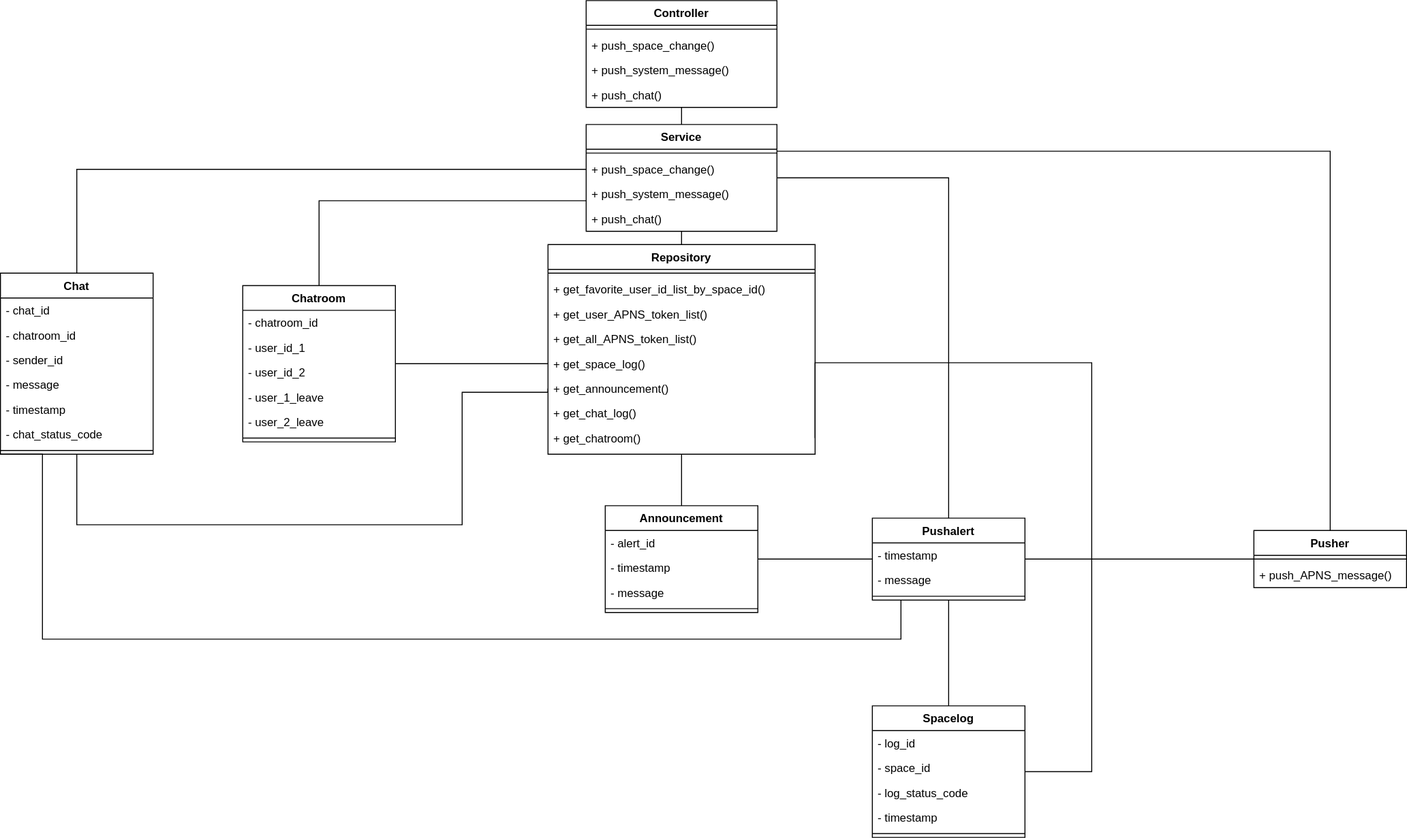
The draw.io diagram 클래스 다이어그램/push_server_class_diagram.svg in shlim0/2022_capstone1, before a commit. Source tidied: cells renumbered, new cells last; positions are measured from the earlier drawing's top-left corner, leaving out a move shared by most shapes. Source of this version:
```xml
<mxGraphModel>
  <root>
    <mxCell id="0" />
    <mxCell id="1" parent="0" />
    <mxCell id="2" style="rounded=0;jettySize=auto;html=1;entryX=0.5;entryY=0;entryDx=0;entryDy=0;endArrow=none;endFill=0;exitX=0.5;exitY=1;exitDx=0;exitDy=0;" parent="1" edge="1" source="9" target="16">
      <mxGeometry relative="1" as="geometry" />
    </mxCell>
    <mxCell id="3" value="Controller" style="swimlane;fontStyle=1;align=center;verticalAlign=top;horizontal=1;startSize=26;rounded=0;shadow=0;strokeWidth=1;" parent="1" vertex="1">
      <mxGeometry x="614" width="200" height="112" as="geometry" />
    </mxCell>
    <mxCell id="4" style="line;html=1;strokeWidth=1;align=left;verticalAlign=middle;spacingTop=-1;spacingLeft=3;spacingRight=3;labelPosition=right;" parent="3" vertex="1">
      <mxGeometry y="26" width="200" height="8" as="geometry" />
    </mxCell>
    <mxCell id="5" value="+ push_space_change()" style="text;align=left;verticalAlign=top;spacingLeft=4;spacingRight=4;overflow=hidden;" parent="3" vertex="1">
      <mxGeometry y="34" width="200" height="26" as="geometry" />
    </mxCell>
    <mxCell id="6" value="+ push_system_message()" style="text;align=left;verticalAlign=top;spacingLeft=4;spacingRight=4;overflow=hidden;" parent="3" vertex="1">
      <mxGeometry y="60" width="200" height="26" as="geometry" />
    </mxCell>
    <mxCell id="7" value="+ push_chat()" style="text;align=left;verticalAlign=top;spacingLeft=4;spacingRight=4;overflow=hidden;" parent="3" vertex="1">
      <mxGeometry y="86" width="200" height="26" as="geometry" />
    </mxCell>
    <mxCell id="8" style="edgeStyle=orthogonalEdgeStyle;rounded=0;jettySize=auto;html=1;exitX=1;exitY=0.25;exitDx=0;exitDy=0;entryX=0.5;entryY=0;entryDx=0;entryDy=0;endArrow=none;endFill=0;" parent="1" edge="1" source="9" target="45">
      <mxGeometry relative="1" as="geometry" />
    </mxCell>
    <mxCell id="9" value="Service" style="swimlane;fontStyle=1;align=center;verticalAlign=top;horizontal=1;startSize=26;rounded=0;shadow=0;strokeWidth=1;" parent="1" vertex="1">
      <mxGeometry x="614" y="130" width="200" height="112" as="geometry" />
    </mxCell>
    <mxCell id="10" style="line;html=1;strokeWidth=1;align=left;verticalAlign=middle;spacingTop=-1;spacingLeft=3;spacingRight=3;labelPosition=right;" parent="9" vertex="1">
      <mxGeometry y="26" width="200" height="8" as="geometry" />
    </mxCell>
    <mxCell id="11" value="+ push_space_change()" style="text;align=left;verticalAlign=top;spacingLeft=4;spacingRight=4;overflow=hidden;points=[[0,0.5],[1,0.5]];portConstraint=eastwest;" parent="9" vertex="1">
      <mxGeometry y="34" width="200" height="26" as="geometry" />
    </mxCell>
    <mxCell id="12" value="+ push_system_message()" style="text;align=left;verticalAlign=top;spacingLeft=4;spacingRight=4;overflow=hidden;" parent="9" vertex="1">
      <mxGeometry y="60" width="200" height="26" as="geometry" />
    </mxCell>
    <mxCell id="13" value="+ push_chat()" style="text;align=left;verticalAlign=top;spacingLeft=4;spacingRight=4;overflow=hidden;" parent="9" vertex="1">
      <mxGeometry y="86" width="200" height="26" as="geometry" />
    </mxCell>
    <mxCell id="14" style="endArrow=none;endSize=10;endFill=0;shadow=0;strokeWidth=1;rounded=0;elbow=vertical;" parent="1" edge="1" source="9" target="3">
      <mxGeometry relative="1" as="geometry" />
    </mxCell>
    <mxCell id="15" style="edgeStyle=orthogonalEdgeStyle;rounded=0;jettySize=auto;html=1;endArrow=none;endFill=0;" parent="1" edge="1" source="16" target="32">
      <mxGeometry relative="1" as="geometry" />
    </mxCell>
    <mxCell id="16" value="Repository" style="swimlane;fontStyle=1;align=center;verticalAlign=top;horizontal=1;startSize=26;rounded=0;shadow=0;strokeWidth=1;" parent="1" vertex="1">
      <mxGeometry x="574" y="256" width="280" height="220" as="geometry" />
    </mxCell>
    <mxCell id="17" style="line;html=1;strokeWidth=1;align=left;verticalAlign=middle;spacingTop=-1;spacingLeft=3;spacingRight=3;labelPosition=right;" parent="16" vertex="1">
      <mxGeometry y="26" width="280" height="8" as="geometry" />
    </mxCell>
    <mxCell id="18" value="+ get_favorite_user_id_list_by_space_id()" style="text;align=left;verticalAlign=top;spacingLeft=4;spacingRight=4;overflow=hidden;" parent="16" vertex="1">
      <mxGeometry y="34" width="280" height="26" as="geometry" />
    </mxCell>
    <mxCell id="19" value="+ get_user_APNS_token_list()" style="text;align=left;verticalAlign=top;spacingLeft=4;spacingRight=4;overflow=hidden;" parent="16" vertex="1">
      <mxGeometry y="60" width="280" height="26" as="geometry" />
    </mxCell>
    <mxCell id="20" value="+ get_all_APNS_token_list()" style="text;align=left;verticalAlign=top;spacingLeft=4;spacingRight=4;overflow=hidden;" parent="16" vertex="1">
      <mxGeometry y="86" width="280" height="26" as="geometry" />
    </mxCell>
    <mxCell id="21" value="+ get_space_log()" style="text;align=left;verticalAlign=top;spacingLeft=4;spacingRight=4;overflow=hidden;points=[[0,0.5],[1,0.5]];portConstraint=eastwest;" parent="16" vertex="1">
      <mxGeometry y="112" width="280" height="26" as="geometry" />
    </mxCell>
    <mxCell id="22" value="+ get_announcement()" style="text;align=left;verticalAlign=top;spacingLeft=4;spacingRight=4;overflow=hidden;points=[[0,0.5],[1,0.5]];portConstraint=eastwest;" parent="16" vertex="1">
      <mxGeometry y="138" width="280" height="26" as="geometry" />
    </mxCell>
    <mxCell id="23" value="+ get_chat_log()" style="text;align=left;verticalAlign=top;spacingLeft=4;spacingRight=4;overflow=hidden;" parent="16" vertex="1">
      <mxGeometry y="164" width="280" height="26" as="geometry" />
    </mxCell>
    <mxCell id="24" value="+ get_chatroom()" style="text;align=left;verticalAlign=top;spacingLeft=4;spacingRight=4;overflow=hidden;points=[[0,0.5],[1,0.5]];portConstraint=eastwest;" parent="16" vertex="1">
      <mxGeometry y="190" width="280" height="26" as="geometry" />
    </mxCell>
    <mxCell id="25" style="edgeStyle=orthogonalEdgeStyle;rounded=0;jettySize=auto;html=1;endArrow=none;endFill=0;" parent="1" edge="1" source="27" target="9">
      <mxGeometry relative="1" as="geometry">
        <Array as="points">
          <mxPoint x="994" y="186" />
        </Array>
      </mxGeometry>
    </mxCell>
    <mxCell id="26" style="rounded=0;jettySize=auto;html=1;entryX=0;entryY=0.5;entryDx=0;entryDy=0;endArrow=none;endFill=0;" parent="1" edge="1" source="27" target="45">
      <mxGeometry relative="1" as="geometry" />
    </mxCell>
    <mxCell id="27" value="Pushalert" style="swimlane;fontStyle=1;align=center;verticalAlign=top;horizontal=1;startSize=26;" parent="1" vertex="1">
      <mxGeometry x="914" y="543" width="160" height="86" as="geometry" />
    </mxCell>
    <mxCell id="28" value="- timestamp" style="text;strokeColor=none;fillColor=none;align=left;verticalAlign=top;spacingLeft=4;spacingRight=4;overflow=hidden;" parent="27" vertex="1">
      <mxGeometry y="26" width="160" height="26" as="geometry" />
    </mxCell>
    <mxCell id="29" value="- message" style="text;strokeColor=none;fillColor=none;align=left;verticalAlign=top;spacingLeft=4;spacingRight=4;overflow=hidden;" parent="27" vertex="1">
      <mxGeometry y="52" width="160" height="26" as="geometry" />
    </mxCell>
    <mxCell id="30" style="line;strokeWidth=1;fillColor=none;align=left;verticalAlign=middle;spacingTop=-1;spacingLeft=3;spacingRight=3;labelPosition=right;strokeColor=inherit;" parent="27" vertex="1">
      <mxGeometry y="78" width="160" height="8" as="geometry" />
    </mxCell>
    <mxCell id="31" style="edgeStyle=orthogonalEdgeStyle;rounded=0;jettySize=auto;html=1;endArrow=none;endFill=0;" parent="1" edge="1" source="32" target="27">
      <mxGeometry relative="1" as="geometry" />
    </mxCell>
    <mxCell id="32" value="Announcement" style="swimlane;fontStyle=1;align=center;verticalAlign=top;horizontal=1;startSize=26;" parent="1" vertex="1">
      <mxGeometry x="634" y="530" width="160" height="112" as="geometry" />
    </mxCell>
    <mxCell id="33" value="- alert_id" style="text;strokeColor=none;fillColor=none;align=left;verticalAlign=top;spacingLeft=4;spacingRight=4;overflow=hidden;" parent="32" vertex="1">
      <mxGeometry y="26" width="160" height="26" as="geometry" />
    </mxCell>
    <mxCell id="34" value="- timestamp" style="text;strokeColor=none;fillColor=none;align=left;verticalAlign=top;spacingLeft=4;spacingRight=4;overflow=hidden;" parent="32" vertex="1">
      <mxGeometry y="52" width="160" height="26" as="geometry" />
    </mxCell>
    <mxCell id="35" value="- message" style="text;strokeColor=none;fillColor=none;align=left;verticalAlign=top;spacingLeft=4;spacingRight=4;overflow=hidden;" parent="32" vertex="1">
      <mxGeometry y="78" width="160" height="26" as="geometry" />
    </mxCell>
    <mxCell id="36" style="line;strokeWidth=1;fillColor=none;align=left;verticalAlign=middle;spacingTop=-1;spacingLeft=3;spacingRight=3;labelPosition=right;strokeColor=inherit;" parent="32" vertex="1">
      <mxGeometry y="104" width="160" height="8" as="geometry" />
    </mxCell>
    <mxCell id="37" style="edgeStyle=orthogonalEdgeStyle;rounded=0;jettySize=auto;html=1;endArrow=none;endFill=0;" parent="1" edge="1" source="39" target="27">
      <mxGeometry relative="1" as="geometry" />
    </mxCell>
    <mxCell id="38" style="edgeStyle=orthogonalEdgeStyle;rounded=0;jettySize=auto;html=1;entryX=1;entryY=0.5;entryDx=0;entryDy=0;endArrow=none;endFill=0;" parent="1" edge="1" source="39" target="24">
      <mxGeometry relative="1" as="geometry">
        <Array as="points">
          <mxPoint x="1144" y="809" />
          <mxPoint x="1144" y="380" />
          <mxPoint x="854" y="380" />
        </Array>
      </mxGeometry>
    </mxCell>
    <mxCell id="39" value="Spacelog" style="swimlane;fontStyle=1;align=center;verticalAlign=top;horizontal=1;startSize=26;" parent="1" vertex="1">
      <mxGeometry x="914" y="740" width="160" height="138" as="geometry" />
    </mxCell>
    <mxCell id="40" value="- log_id" style="text;strokeColor=none;fillColor=none;align=left;verticalAlign=top;spacingLeft=4;spacingRight=4;overflow=hidden;" parent="39" vertex="1">
      <mxGeometry y="26" width="160" height="26" as="geometry" />
    </mxCell>
    <mxCell id="41" value="- space_id" style="text;strokeColor=none;fillColor=none;align=left;verticalAlign=top;spacingLeft=4;spacingRight=4;overflow=hidden;" parent="39" vertex="1">
      <mxGeometry y="52" width="160" height="26" as="geometry" />
    </mxCell>
    <mxCell id="42" value="- log_status_code" style="text;strokeColor=none;fillColor=none;align=left;verticalAlign=top;spacingLeft=4;spacingRight=4;overflow=hidden;" parent="39" vertex="1">
      <mxGeometry y="78" width="160" height="26" as="geometry" />
    </mxCell>
    <mxCell id="43" value="- timestamp" style="text;strokeColor=none;fillColor=none;align=left;verticalAlign=top;spacingLeft=4;spacingRight=4;overflow=hidden;" parent="39" vertex="1">
      <mxGeometry y="104" width="160" height="26" as="geometry" />
    </mxCell>
    <mxCell id="44" style="line;strokeWidth=1;fillColor=none;align=left;verticalAlign=middle;spacingTop=-1;spacingLeft=3;spacingRight=3;labelPosition=right;strokeColor=inherit;" parent="39" vertex="1">
      <mxGeometry y="130" width="160" height="8" as="geometry" />
    </mxCell>
    <mxCell id="45" value="Pusher" style="swimlane;fontStyle=1;align=center;verticalAlign=top;horizontal=1;startSize=26;" parent="1" vertex="1">
      <mxGeometry x="1314" y="556" width="160" height="60" as="geometry" />
    </mxCell>
    <mxCell id="46" style="line;strokeWidth=1;fillColor=none;align=left;verticalAlign=middle;spacingTop=-1;spacingLeft=3;spacingRight=3;labelPosition=right;strokeColor=inherit;" parent="45" vertex="1">
      <mxGeometry y="26" width="160" height="8" as="geometry" />
    </mxCell>
    <mxCell id="47" value="+ push_APNS_message()" style="text;strokeColor=none;fillColor=none;align=left;verticalAlign=top;spacingLeft=4;spacingRight=4;overflow=hidden;" parent="45" vertex="1">
      <mxGeometry y="34" width="160" height="26" as="geometry" />
    </mxCell>
    <mxCell id="48" style="edgeStyle=orthogonalEdgeStyle;rounded=0;jettySize=auto;html=1;endArrow=none;endFill=0;entryX=0;entryY=0.5;entryDx=0;entryDy=0;" parent="1" edge="1" source="50" target="21">
      <mxGeometry relative="1" as="geometry" />
    </mxCell>
    <mxCell id="49" style="edgeStyle=orthogonalEdgeStyle;rounded=0;jettySize=auto;html=1;endArrow=none;endFill=0;" parent="1" edge="1" source="50" target="9">
      <mxGeometry relative="1" as="geometry">
        <Array as="points">
          <mxPoint x="334" y="210" />
        </Array>
      </mxGeometry>
    </mxCell>
    <mxCell id="50" value="Chatroom" style="swimlane;fontStyle=1;align=center;verticalAlign=top;horizontal=1;startSize=26;" parent="1" vertex="1">
      <mxGeometry x="254" y="299" width="160" height="164" as="geometry" />
    </mxCell>
    <mxCell id="51" value="- chatroom_id" style="text;strokeColor=none;fillColor=none;align=left;verticalAlign=top;spacingLeft=4;spacingRight=4;overflow=hidden;" parent="50" vertex="1">
      <mxGeometry y="26" width="160" height="26" as="geometry" />
    </mxCell>
    <mxCell id="52" value="- user_id_1" style="text;strokeColor=none;fillColor=none;align=left;verticalAlign=top;spacingLeft=4;spacingRight=4;overflow=hidden;" parent="50" vertex="1">
      <mxGeometry y="52" width="160" height="26" as="geometry" />
    </mxCell>
    <mxCell id="53" value="- user_id_2" style="text;strokeColor=none;fillColor=none;align=left;verticalAlign=top;spacingLeft=4;spacingRight=4;overflow=hidden;" parent="50" vertex="1">
      <mxGeometry y="78" width="160" height="26" as="geometry" />
    </mxCell>
    <mxCell id="54" value="- user_1_leave" style="text;strokeColor=none;fillColor=none;align=left;verticalAlign=top;spacingLeft=4;spacingRight=4;overflow=hidden;" parent="50" vertex="1">
      <mxGeometry y="104" width="160" height="26" as="geometry" />
    </mxCell>
    <mxCell id="55" value="- user_2_leave" style="text;strokeColor=none;fillColor=none;align=left;verticalAlign=top;spacingLeft=4;spacingRight=4;overflow=hidden;" parent="50" vertex="1">
      <mxGeometry y="130" width="160" height="26" as="geometry" />
    </mxCell>
    <mxCell id="56" style="line;strokeWidth=1;fillColor=none;align=left;verticalAlign=middle;spacingTop=-1;spacingLeft=3;spacingRight=3;labelPosition=right;strokeColor=inherit;" parent="50" vertex="1">
      <mxGeometry y="156" width="160" height="8" as="geometry" />
    </mxCell>
    <mxCell id="57" style="edgeStyle=orthogonalEdgeStyle;rounded=0;jettySize=auto;html=1;entryX=0;entryY=0.5;entryDx=0;entryDy=0;endArrow=none;endFill=0;" parent="1" edge="1" source="60" target="11">
      <mxGeometry relative="1" as="geometry" />
    </mxCell>
    <mxCell id="58" style="edgeStyle=orthogonalEdgeStyle;rounded=0;jettySize=auto;html=1;entryX=0;entryY=0.5;entryDx=0;entryDy=0;endArrow=none;endFill=0;" parent="1" edge="1" source="60" target="22">
      <mxGeometry relative="1" as="geometry">
        <Array as="points">
          <mxPoint x="80" y="550" />
          <mxPoint x="484" y="550" />
          <mxPoint x="484" y="411" />
        </Array>
      </mxGeometry>
    </mxCell>
    <mxCell id="59" style="edgeStyle=orthogonalEdgeStyle;rounded=0;jettySize=auto;html=1;endArrow=none;endFill=0;exitX=0;exitY=1;exitDx=0;exitDy=0;" parent="1" edge="1" source="60">
      <mxGeometry relative="1" as="geometry">
        <mxPoint x="944" y="629" as="targetPoint" />
        <Array as="points">
          <mxPoint x="44" y="476" />
          <mxPoint x="44" y="670" />
          <mxPoint x="944" y="670" />
        </Array>
      </mxGeometry>
    </mxCell>
    <mxCell id="60" value="Chat" style="swimlane;fontStyle=1;align=center;verticalAlign=top;horizontal=1;startSize=26;" parent="1" vertex="1">
      <mxGeometry y="286" width="160" height="190" as="geometry" />
    </mxCell>
    <mxCell id="61" value="- chat_id" style="text;strokeColor=none;fillColor=none;align=left;verticalAlign=top;spacingLeft=4;spacingRight=4;overflow=hidden;" parent="60" vertex="1">
      <mxGeometry y="26" width="160" height="26" as="geometry" />
    </mxCell>
    <mxCell id="62" value="- chatroom_id" style="text;strokeColor=none;fillColor=none;align=left;verticalAlign=top;spacingLeft=4;spacingRight=4;overflow=hidden;" parent="60" vertex="1">
      <mxGeometry y="52" width="160" height="26" as="geometry" />
    </mxCell>
    <mxCell id="63" value="- sender_id" style="text;strokeColor=none;fillColor=none;align=left;verticalAlign=top;spacingLeft=4;spacingRight=4;overflow=hidden;" parent="60" vertex="1">
      <mxGeometry y="78" width="160" height="26" as="geometry" />
    </mxCell>
    <mxCell id="64" value="- message" style="text;strokeColor=none;fillColor=none;align=left;verticalAlign=top;spacingLeft=4;spacingRight=4;overflow=hidden;" parent="60" vertex="1">
      <mxGeometry y="104" width="160" height="26" as="geometry" />
    </mxCell>
    <mxCell id="65" value="- timestamp" style="text;strokeColor=none;fillColor=none;align=left;verticalAlign=top;spacingLeft=4;spacingRight=4;overflow=hidden;" parent="60" vertex="1">
      <mxGeometry y="130" width="160" height="26" as="geometry" />
    </mxCell>
    <mxCell id="66" value="- chat_status_code" style="text;strokeColor=none;fillColor=none;align=left;verticalAlign=top;spacingLeft=4;spacingRight=4;overflow=hidden;" parent="60" vertex="1">
      <mxGeometry y="156" width="160" height="26" as="geometry" />
    </mxCell>
    <mxCell id="67" style="line;strokeWidth=1;fillColor=none;align=left;verticalAlign=middle;spacingTop=-1;spacingLeft=3;spacingRight=3;labelPosition=right;strokeColor=inherit;" parent="60" vertex="1">
      <mxGeometry y="182" width="160" height="8" as="geometry" />
    </mxCell>
  </root>
</mxGraphModel>
```
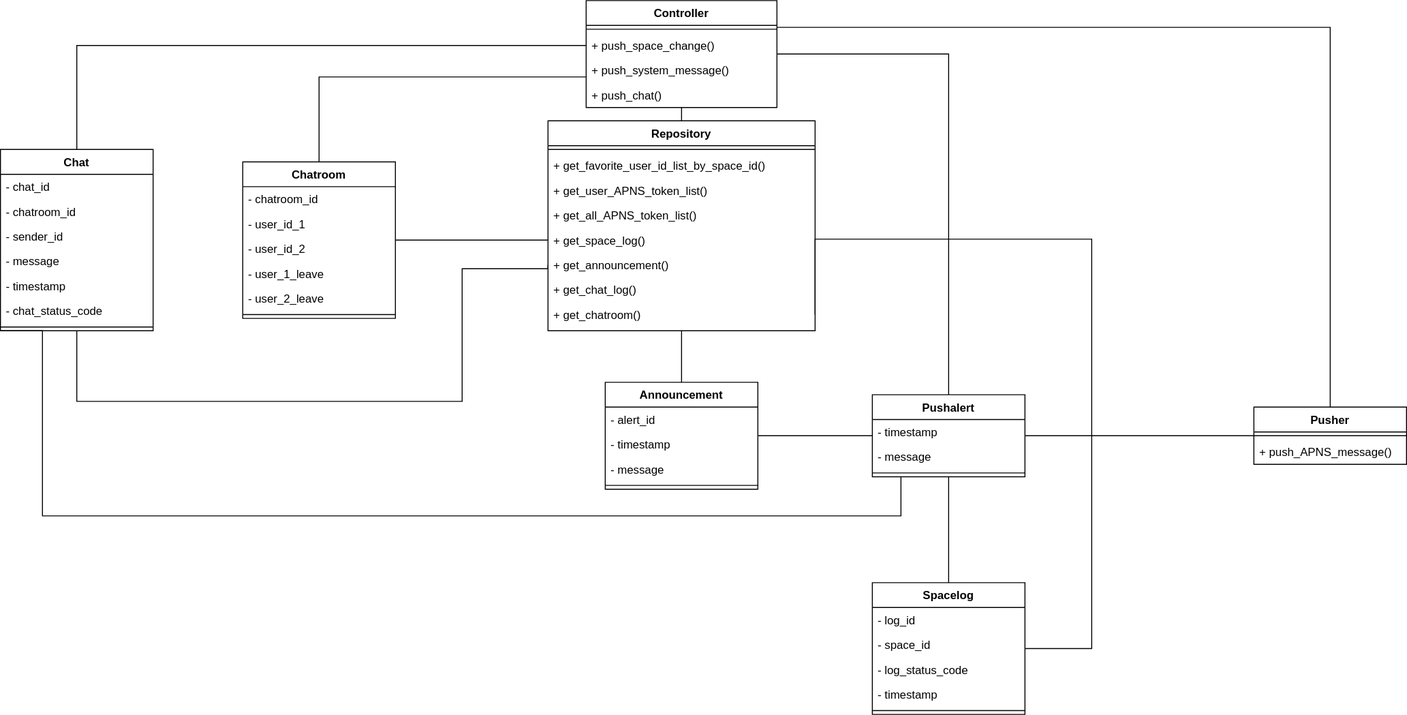
The same file after the commit.

Commit message:
push serer class diagram 서비스 클래스 삭제

Diff of the diagram source:
```diff
@@ -5,25 +5,10 @@
     <mxCell id="2" style="rounded=0;jettySize=auto;html=1;entryX=0.5;entryY=0;entryDx=0;entryDy=0;endArrow=none;endFill=0;exitX=0.5;exitY=1;exitDx=0;exitDy=0;" parent="1" edge="1" source="9" target="16">
       <mxGeometry relative="1" as="geometry" />
     </mxCell>
-    <mxCell id="3" value="Controller" style="swimlane;fontStyle=1;align=center;verticalAlign=top;horizontal=1;startSize=26;rounded=0;shadow=0;strokeWidth=1;" parent="1" vertex="1">
-      <mxGeometry x="614" width="200" height="112" as="geometry" />
-    </mxCell>
-    <mxCell id="4" style="line;html=1;strokeWidth=1;align=left;verticalAlign=middle;spacingTop=-1;spacingLeft=3;spacingRight=3;labelPosition=right;" parent="3" vertex="1">
-      <mxGeometry y="26" width="200" height="8" as="geometry" />
-    </mxCell>
-    <mxCell id="5" value="+ push_space_change()" style="text;align=left;verticalAlign=top;spacingLeft=4;spacingRight=4;overflow=hidden;" parent="3" vertex="1">
-      <mxGeometry y="34" width="200" height="26" as="geometry" />
-    </mxCell>
-    <mxCell id="6" value="+ push_system_message()" style="text;align=left;verticalAlign=top;spacingLeft=4;spacingRight=4;overflow=hidden;" parent="3" vertex="1">
-      <mxGeometry y="60" width="200" height="26" as="geometry" />
-    </mxCell>
-    <mxCell id="7" value="+ push_chat()" style="text;align=left;verticalAlign=top;spacingLeft=4;spacingRight=4;overflow=hidden;" parent="3" vertex="1">
-      <mxGeometry y="86" width="200" height="26" as="geometry" />
-    </mxCell>
     <mxCell id="8" style="edgeStyle=orthogonalEdgeStyle;rounded=0;jettySize=auto;html=1;exitX=1;exitY=0.25;exitDx=0;exitDy=0;entryX=0.5;entryY=0;entryDx=0;entryDy=0;endArrow=none;endFill=0;" parent="1" edge="1" source="9" target="45">
       <mxGeometry relative="1" as="geometry" />
     </mxCell>
-    <mxCell id="9" value="Service" style="swimlane;fontStyle=1;align=center;verticalAlign=top;horizontal=1;startSize=26;rounded=0;shadow=0;strokeWidth=1;" parent="1" vertex="1">
+    <mxCell id="9" value="Controller" style="swimlane;fontStyle=1;align=center;verticalAlign=top;horizontal=1;startSize=26;rounded=0;shadow=0;strokeWidth=1;" parent="1" vertex="1">
       <mxGeometry x="614" y="130" width="200" height="112" as="geometry" />
     </mxCell>
     <mxCell id="10" style="line;html=1;strokeWidth=1;align=left;verticalAlign=middle;spacingTop=-1;spacingLeft=3;spacingRight=3;labelPosition=right;" parent="9" vertex="1">
@@ -38,9 +23,6 @@
     <mxCell id="13" value="+ push_chat()" style="text;align=left;verticalAlign=top;spacingLeft=4;spacingRight=4;overflow=hidden;" parent="9" vertex="1">
       <mxGeometry y="86" width="200" height="26" as="geometry" />
     </mxCell>
-    <mxCell id="14" style="endArrow=none;endSize=10;endFill=0;shadow=0;strokeWidth=1;rounded=0;elbow=vertical;" parent="1" edge="1" source="9" target="3">
-      <mxGeometry relative="1" as="geometry" />
-    </mxCell>
     <mxCell id="15" style="edgeStyle=orthogonalEdgeStyle;rounded=0;jettySize=auto;html=1;endArrow=none;endFill=0;" parent="1" edge="1" source="16" target="32">
       <mxGeometry relative="1" as="geometry" />
     </mxCell>
```
